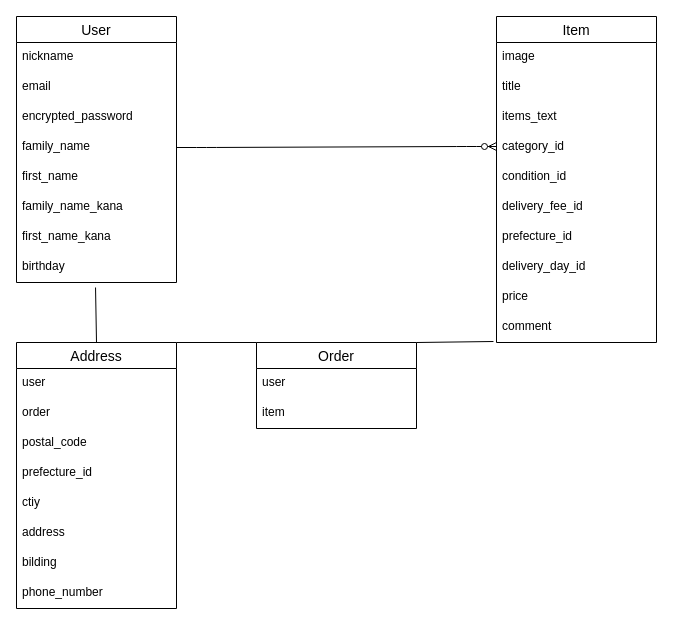
tomo1123/furima-39631 keeps this draw.io diagram as furima.dio. Above is the earlier version. Source tidied: cells renumbered, new cells numbered last; positions are measured from the earlier drawing's top-left corner, leaving out a move shared by most shapes. Both pictures are drawn from the tidied source at 100%, with x=0, y=0 at pixel (16, 16).
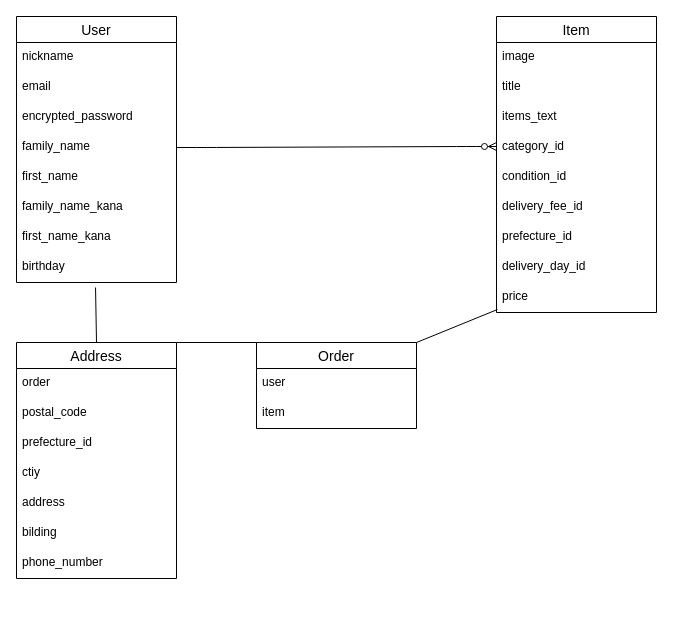
The same page after the edit.

Commit message (it also covers changes not shown here):
string→unique

Unchanged cells that the change refers to:
```xml
<mxCell id="20" value="price" style="text;strokeColor=none;fillColor=none;spacingLeft=4;spacingRight=4;overflow=hidden;points=[[0,0.5],[1,0.5]];portConstraint=eastwest;fontSize=12;" parent="11" vertex="1">
  <mxGeometry y="266" width="160" height="30" as="geometry" />
</mxCell>
<mxCell id="22" value="Order" style="swimlane;fontStyle=0;horizontal=1;startSize=26;align=center;fontSize=14;" parent="1" vertex="1">
  <mxGeometry x="240" y="326" width="160" height="86" as="geometry" />
</mxCell>
```

The edit, as a diff of the source:
```diff
@@
     <mxCell id="11" value="Item" style="swimlane;fontStyle=0;horizontal=1;startSize=26;align=center;fontSize=14;" parent="1" vertex="1">
-      <mxGeometry x="480" width="160" height="326" as="geometry" />
+      <mxGeometry x="480" width="160" height="296" as="geometry" />
     </mxCell>
@@
-    <mxCell id="21" value="comment" style="text;strokeColor=none;fillColor=none;spacingLeft=4;spacingRight=4;overflow=hidden;points=[[0,0.5],[1,0.5]];portConstraint=eastwest;fontSize=12;" parent="11" vertex="1">
-      <mxGeometry y="296" width="160" height="30" as="geometry" />
-    </mxCell>
@@
-    <mxCell id="27" style="endArrow=none;html=1;rounded=0;entryX=-0.019;entryY=0.967;entryDx=0;entryDy=0;exitX=1;exitY=0;exitDx=0;exitDy=0;entryPerimeter=0;" parent="1" edge="1" source="22" target="21">
+    <mxCell id="27" style="endArrow=none;html=1;rounded=0;entryX=0.006;entryY=0.9;entryDx=0;entryDy=0;exitX=1;exitY=0;exitDx=0;exitDy=0;entryPerimeter=0;" parent="1" edge="1" source="22" target="20">
       <mxGeometry relative="1" as="geometry" />
     </mxCell>
     <mxCell id="28" value="Address" style="swimlane;fontStyle=0;horizontal=1;startSize=26;align=center;fontSize=14;" parent="1" vertex="1">
-      <mxGeometry y="326" width="160" height="266" as="geometry" />
+      <mxGeometry y="326" width="160" height="236" as="geometry" />
     </mxCell>
-    <mxCell id="29" value="user" style="text;strokeColor=none;fillColor=none;spacingLeft=4;spacingRight=4;overflow=hidden;fontSize=12;" parent="28" vertex="1">
-      <mxGeometry y="26" width="160" height="30" as="geometry" />
-    </mxCell>
     <mxCell id="30" value="order" style="text;strokeColor=none;fillColor=none;spacingLeft=4;spacingRight=4;overflow=hidden;fontSize=12;" parent="28" vertex="1">
-      <mxGeometry y="56" width="160" height="30" as="geometry" />
+      <mxGeometry y="26" width="160" height="30" as="geometry" />
     </mxCell>
     <mxCell id="31" value="postal_code" style="text;strokeColor=none;fillColor=none;spacingLeft=4;spacingRight=4;overflow=hidden;fontSize=12;" parent="28" vertex="1">
-      <mxGeometry y="86" width="160" height="30" as="geometry" />
+      <mxGeometry y="56" width="160" height="30" as="geometry" />
     </mxCell>
     <mxCell id="32" value="prefecture_id" style="text;strokeColor=none;fillColor=none;spacingLeft=4;spacingRight=4;overflow=hidden;fontSize=12;" parent="28" vertex="1">
-      <mxGeometry y="116" width="160" height="30" as="geometry" />
+      <mxGeometry y="86" width="160" height="30" as="geometry" />
     </mxCell>
     <mxCell id="33" value="ctiy" style="text;strokeColor=none;fillColor=none;spacingLeft=4;spacingRight=4;overflow=hidden;fontSize=12;" parent="28" vertex="1">
-      <mxGeometry y="146" width="160" height="30" as="geometry" />
+      <mxGeometry y="116" width="160" height="30" as="geometry" />
     </mxCell>
     <mxCell id="34" value="address" style="text;strokeColor=none;fillColor=none;spacingLeft=4;spacingRight=4;overflow=hidden;fontSize=12;" parent="28" vertex="1">
-      <mxGeometry y="176" width="160" height="30" as="geometry" />
+      <mxGeometry y="146" width="160" height="30" as="geometry" />
     </mxCell>
     <mxCell id="35" value="bilding" style="text;strokeColor=none;fillColor=none;spacingLeft=4;spacingRight=4;overflow=hidden;fontSize=12;" parent="28" vertex="1">
-      <mxGeometry y="206" width="160" height="30" as="geometry" />
+      <mxGeometry y="176" width="160" height="30" as="geometry" />
     </mxCell>
     <mxCell id="36" value="phone_number" style="text;strokeColor=none;fillColor=none;spacingLeft=4;spacingRight=4;overflow=hidden;fontSize=12;" parent="28" vertex="1">
-      <mxGeometry y="236" width="160" height="30" as="geometry" />
+      <mxGeometry y="206" width="160" height="30" as="geometry" />
     </mxCell>
```
